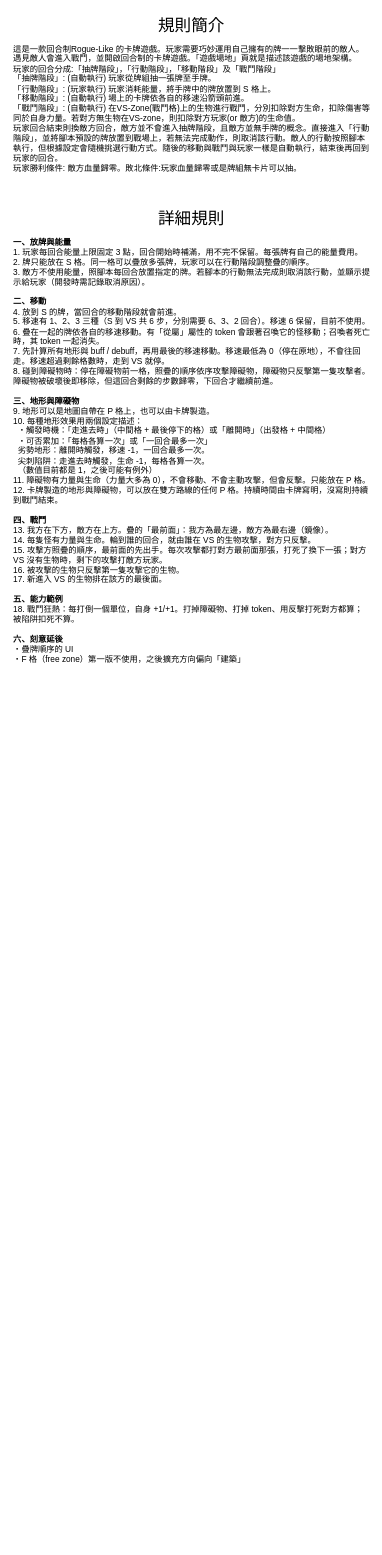
Above: page "規則介紹" (2 of 2) of GameDesign.drawio in okamon1124/PoiNeo (draw.io), before the change. Source tidied: cells renumbered, new cells numbered last; positions are measured from the earlier drawing's top-left corner, leaving out a move shared by most shapes. Both pictures are drawn from the tidied source at 69%, with x=0, y=0 at pixel (12, 12).
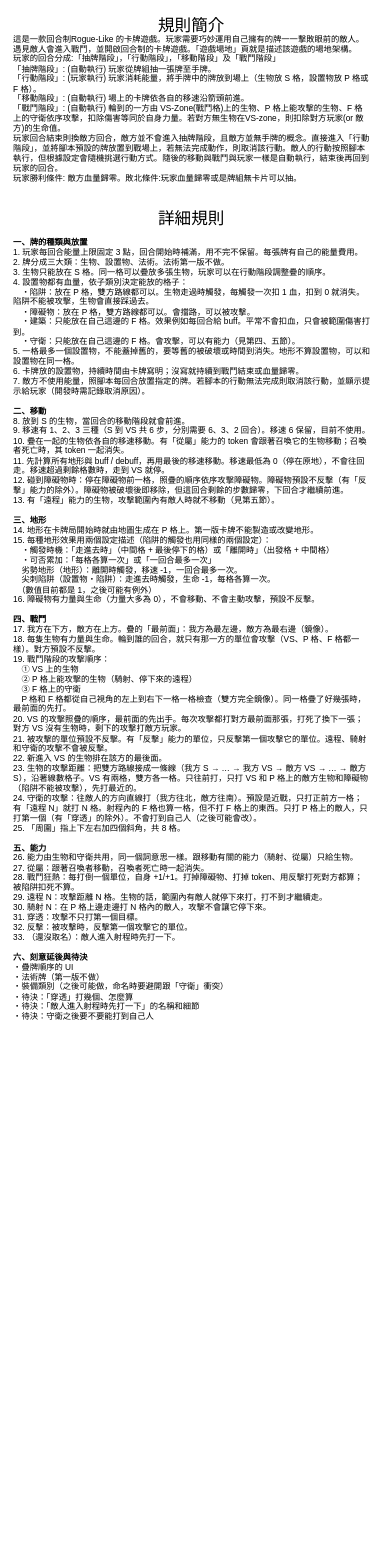
The same diagram, later.

Commit message (it also covers changes not shown here):
詳細規則：新增牌的種類、設置物、遠程與騎射、反擊改為能力

- 牌分為生物、設置物、法術（法術第一版不做）
- 設置物有血量，分為陷阱、障礙物、建築、守衛，各自限制能放的格子
- 地形改為只由地圖生成
- 反擊改為能力，預設不反擊
- 新增戰鬥階段攻擊順序、攻擊距離算法、遠程 N／騎射 N／穿透
- CLAUDE.md：補充口語中文的溝通原則，更新下一步

Diff of the diagram source:
```diff
@@
 <mxGraphModel>
   <root>
     <mxCell id="0" />
     <mxCell id="1" parent="0" />
     <mxCell id="2" value="&lt;font style=&quot;font-size: 24px;&quot;&gt;規則簡介&lt;/font&gt;" style="text;html=1;whiteSpace=wrap;strokeColor=none;fillColor=none;align=center;verticalAlign=middle;rounded=0;" parent="1" vertex="1">
       <mxGeometry width="520" height="40" as="geometry" />
     </mxCell>
-    <mxCell id="3" value="這是一款回合制Rogue-Like 的卡牌遊戲。玩家需要巧妙運用自己擁有的牌一一擊敗眼前的敵人。&lt;div&gt;遇見敵人會進入戰鬥，並開啟回合制的卡牌遊戲。「遊戲場地」頁就是描述該遊戲的場地架構。&lt;/div&gt;&lt;div&gt;玩家的回合分成:&lt;span style=&quot;background-color: transparent; color: light-dark(rgb(0, 0, 0), rgb(255, 255, 255));&quot;&gt;「抽牌階段」，&lt;/span&gt;&lt;span style=&quot;background-color: transparent; color: light-dark(rgb(0, 0, 0), rgb(255, 255, 255));&quot;&gt;「行動階段」，&lt;/span&gt;&lt;span style=&quot;background-color: transparent; color: light-dark(rgb(0, 0, 0), rgb(255, 255, 255));&quot;&gt;「移動階段」及&lt;/span&gt;&lt;span style=&quot;background-color: transparent; color: light-dark(rgb(0, 0, 0), rgb(255, 255, 255));&quot;&gt;「戰鬥階段」&lt;/span&gt;&lt;/div&gt;&lt;div&gt;「抽牌階段」: (自動執行) 玩家從牌組抽一張牌至手牌。&lt;span style=&quot;background-color: transparent; color: light-dark(rgb(0, 0, 0), rgb(255, 255, 255));&quot;&gt;&lt;/span&gt;&lt;/div&gt;&lt;div&gt;「行動階段」: (玩家執行) 玩家消耗能量，將手牌中的牌放置到 S 格上。&lt;/div&gt;&lt;div&gt;「移動階段」: (自動執行) 場上的卡牌依各自的移速沿箭頭前進。&lt;/div&gt;&lt;div&gt;「戰鬥階段」: (自動執行) 在VS-Zone(戰鬥格)上的生物進行戰鬥，分別扣除對方生命，扣除傷害等同於自身力量。若對方無生物在VS-zone，則扣除對方玩家(or 敵方)的生命值。&lt;/div&gt;&lt;div&gt;玩家回合結束則換敵方回合，敵方並不會進入抽牌階段，且敵方並無手牌的概念。直接進入&lt;span style=&quot;background-color: transparent; color: light-dark(rgb(0, 0, 0), rgb(255, 255, 255));&quot;&gt;「行動階段」，並將腳本預設的牌放置到戰場上，若無法完成動作，則取消該行動。敵人的行動按照腳本執行，但根據設定會隨機挑選行動方式。隨後的移動與戰鬥與玩家一樣是自動執行，結束後再回到玩家的回合。&lt;/span&gt;&lt;/div&gt;&lt;div&gt;&lt;span style=&quot;background-color: transparent; color: light-dark(rgb(0, 0, 0), rgb(255, 255, 255));&quot;&gt;玩家勝利條件: 敵方血量歸零。敗北條件:玩家血量歸零或是牌組無卡片可以抽。&lt;/span&gt;&lt;/div&gt;" style="text;html=1;whiteSpace=wrap;strokeColor=none;fillColor=none;align=left;verticalAlign=middle;rounded=0;" parent="1" vertex="1">
+    <mxCell id="3" value="這是一款回合制Rogue-Like 的卡牌遊戲。玩家需要巧妙運用自己擁有的牌一一擊敗眼前的敵人。&lt;div&gt;遇見敵人會進入戰鬥，並開啟回合制的卡牌遊戲。「遊戲場地」頁就是描述該遊戲的場地架構。&lt;/div&gt;&lt;div&gt;玩家的回合分成:&lt;span style=&quot;background-color: transparent; color: light-dark(rgb(0, 0, 0), rgb(255, 255, 255));&quot;&gt;「抽牌階段」，&lt;/span&gt;&lt;span style=&quot;background-color: transparent; color: light-dark(rgb(0, 0, 0), rgb(255, 255, 255));&quot;&gt;「行動階段」，&lt;/span&gt;&lt;span style=&quot;background-color: transparent; color: light-dark(rgb(0, 0, 0), rgb(255, 255, 255));&quot;&gt;「移動階段」及&lt;/span&gt;&lt;span style=&quot;background-color: transparent; color: light-dark(rgb(0, 0, 0), rgb(255, 255, 255));&quot;&gt;「戰鬥階段」&lt;/span&gt;&lt;/div&gt;&lt;div&gt;「抽牌階段」: (自動執行) 玩家從牌組抽一張牌至手牌。&lt;span style=&quot;background-color: transparent; color: light-dark(rgb(0, 0, 0), rgb(255, 255, 255));&quot;&gt;&lt;/span&gt;&lt;/div&gt;&lt;div&gt;「行動階段」: (玩家執行) 玩家消耗能量，將手牌中的牌放到場上（生物放 S 格，設置物放 P 格或 F 格）。&lt;/div&gt;&lt;div&gt;「移動階段」: (自動執行) 場上的卡牌依各自的移速沿箭頭前進。&lt;/div&gt;&lt;div&gt;「戰鬥階段」: (自動執行) 輪到的一方由 VS-Zone(戰鬥格)上的生物、P 格上能攻擊的生物、F 格上的守衛依序攻擊，扣除傷害等同於自身力量。若對方無生物在VS-zone，則扣除對方玩家(or 敵方)的生命值。&lt;/div&gt;&lt;div&gt;玩家回合結束則換敵方回合，敵方並不會進入抽牌階段，且敵方並無手牌的概念。直接進入&lt;span style=&quot;background-color: transparent; color: light-dark(rgb(0, 0, 0), rgb(255, 255, 255));&quot;&gt;「行動階段」，並將腳本預設的牌放置到戰場上，若無法完成動作，則取消該行動。敵人的行動按照腳本執行，但根據設定會隨機挑選行動方式。隨後的移動與戰鬥與玩家一樣是自動執行，結束後再回到玩家的回合。&lt;/span&gt;&lt;/div&gt;&lt;div&gt;&lt;span style=&quot;background-color: transparent; color: light-dark(rgb(0, 0, 0), rgb(255, 255, 255));&quot;&gt;玩家勝利條件: 敵方血量歸零。敗北條件:玩家血量歸零或是牌組無卡片可以抽。&lt;/span&gt;&lt;/div&gt;" style="text;html=1;whiteSpace=wrap;strokeColor=none;fillColor=none;align=left;verticalAlign=middle;rounded=0;" parent="1" vertex="1">
       <mxGeometry y="40" width="520" height="200" as="geometry" />
     </mxCell>
-    <mxCell id="4" value="&lt;div&gt;&lt;b&gt;一、放牌與能量&lt;/b&gt;&lt;/div&gt;&lt;div&gt;1. 玩家每回合能量上限固定 3 點，回合開始時補滿，用不完不保留。每張牌有自己的能量費用。&lt;/div&gt;&lt;div&gt;2. 牌只能放在 S 格。同一格可以疊放多張牌，玩家可以在行動階段調整疊的順序。&lt;/div&gt;&lt;div&gt;3. 敵方不使用能量，照腳本每回合放置指定的牌。若腳本的行動無法完成則取消該行動，並顯示提示給玩家（開發時需記錄取消原因）。&lt;/div&gt;&lt;div&gt;&lt;br&gt;&lt;/div&gt;&lt;div&gt;&lt;b&gt;二、移動&lt;/b&gt;&lt;/div&gt;&lt;div&gt;4. 放到 S 的牌，當回合的移動階段就會前進。&lt;/div&gt;&lt;div&gt;5. 移速有 1、2、3 三種（S 到 VS 共 6 步，分別需要 6、3、2 回合）。移速 6 保留，目前不使用。&lt;/div&gt;&lt;div&gt;6. 疊在一起的牌依各自的移速移動。有「從屬」屬性的 token 會跟著召喚它的怪移動；召喚者死亡時，其 token 一起消失。&lt;/div&gt;&lt;div&gt;7. 先計算所有地形與 buff / debuff，再用最後的移速移動。移速最低為 0（停在原地），不會往回走。移速超過剩餘格數時，走到 VS 就停。&lt;/div&gt;&lt;div&gt;8. 碰到障礙物時：停在障礙物前一格，照疊的順序依序攻擊障礙物，障礙物只反擊第一隻攻擊者。障礙物被破壞後即移除，但這回合剩餘的步數歸零，下回合才繼續前進。&lt;/div&gt;&lt;div&gt;&lt;br&gt;&lt;/div&gt;&lt;div&gt;&lt;b&gt;三、地形與障礙物&lt;/b&gt;&lt;/div&gt;&lt;div&gt;9. 地形可以是地圖自帶在 P 格上，也可以由卡牌製造。&lt;/div&gt;&lt;div&gt;10. 每種地形效果用兩個設定描述：&lt;/div&gt;&lt;div&gt;&amp;nbsp; ・觸發時機：「走進去時」（中間格 + 最後停下的格）或「離開時」（出發格 + 中間格）&lt;/div&gt;&lt;div&gt;&amp;nbsp; ・可否累加：「每格各算一次」或「一回合最多一次」&lt;/div&gt;&lt;div&gt;&amp;nbsp; 劣勢地形：離開時觸發，移速 -1，一回合最多一次。&lt;/div&gt;&lt;div&gt;&amp;nbsp; 尖刺陷阱：走進去時觸發，生命 -1，每格各算一次。&lt;/div&gt;&lt;div&gt;&amp;nbsp; （數值目前都是 1，之後可能有例外）&lt;/div&gt;&lt;div&gt;11. 障礙物有力量與生命（力量大多為 0），不會移動、不會主動攻擊，但會反擊。只能放在 P 格。&lt;/div&gt;&lt;div&gt;12. 卡牌製造的地形與障礙物，可以放在雙方路線的任何 P 格。持續時間由卡牌寫明，沒寫則持續到戰鬥結束。&lt;/div&gt;&lt;div&gt;&lt;br&gt;&lt;/div&gt;&lt;div&gt;&lt;b&gt;四、戰鬥&lt;/b&gt;&lt;/div&gt;&lt;div&gt;13. 我方在下方，敵方在上方。疊的「最前面」：我方為最左邊，敵方為最右邊（鏡像）。&lt;/div&gt;&lt;div&gt;14. 每隻怪有力量與生命。輪到誰的回合，就由誰在 VS 的生物攻擊，對方只反擊。&lt;/div&gt;&lt;div&gt;15. 攻擊方照疊的順序，最前面的先出手。每次攻擊都打對方最前面那張，打死了換下一張；對方 VS 沒有生物時，剩下的攻擊打敵方玩家。&lt;/div&gt;&lt;div&gt;16. 被攻擊的生物只反擊第一隻攻擊它的生物。&lt;/div&gt;&lt;div&gt;17. 新進入 VS 的生物排在該方的最後面。&lt;/div&gt;&lt;div&gt;&lt;br&gt;&lt;/div&gt;&lt;div&gt;&lt;b&gt;五、能力範例&lt;/b&gt;&lt;/div&gt;&lt;div&gt;18. 戰鬥狂熱：每打倒一個單位，自身 +1/+1。打掉障礙物、打掉 token、用反擊打死對方都算；被陷阱扣死不算。&lt;/div&gt;&lt;div&gt;&lt;br&gt;&lt;/div&gt;&lt;div&gt;&lt;b&gt;六、刻意延後&lt;/b&gt;&lt;/div&gt;&lt;div&gt;・疊牌順序的 UI&lt;/div&gt;&lt;div&gt;・F 格（free zone）第一版不使用，之後擴充方向偏向「建築」&lt;/div&gt;" style="text;html=1;whiteSpace=wrap;strokeColor=none;fillColor=none;align=left;verticalAlign=top;rounded=0;" parent="1" vertex="1">
-      <mxGeometry y="320" width="520" height="900" as="geometry" />
+    <mxCell id="4" value="&lt;div&gt;&lt;b&gt;一、牌的種類與放置&lt;/b&gt;&lt;/div&gt;&lt;div&gt;1. 玩家每回合能量上限固定 3 點，回合開始時補滿，用不完不保留。每張牌有自己的能量費用。&lt;/div&gt;&lt;div&gt;2. 牌分成三大類：生物、設置物、法術。法術第一版不做。&lt;/div&gt;&lt;div&gt;3. 生物只能放在 S 格。同一格可以疊放多張生物，玩家可以在行動階段調整疊的順序。&lt;/div&gt;&lt;div&gt;4. 設置物都有血量，依子類別決定能放的格子：&lt;/div&gt;&lt;div&gt;　・陷阱：放在 P 格，雙方路線都可以。生物走過時觸發，每觸發一次扣 1 血，扣到 0 就消失。陷阱不能被攻擊，生物會直接踩過去。&lt;/div&gt;&lt;div&gt;　・障礙物：放在 P 格，雙方路線都可以。會擋路，可以被攻擊。&lt;/div&gt;&lt;div&gt;　・建築：只能放在自己這邊的 F 格。效果例如每回合給 buff。平常不會扣血，只會被範圍傷害打到。&lt;/div&gt;&lt;div&gt;　・守衛：只能放在自己這邊的 F 格。會攻擊，可以有能力（見第四、五節）。&lt;/div&gt;&lt;div&gt;5. 一格最多一個設置物，不能蓋掉舊的，要等舊的被破壞或時間到消失。地形不算設置物，可以和設置物在同一格。&lt;/div&gt;&lt;div&gt;6. 卡牌放的設置物，持續時間由卡牌寫明；沒寫就持續到戰鬥結束或血量歸零。&lt;/div&gt;&lt;div&gt;7. 敵方不使用能量，照腳本每回合放置指定的牌。若腳本的行動無法完成則取消該行動，並顯示提示給玩家（開發時需記錄取消原因）。&lt;/div&gt;&lt;div&gt;&lt;br&gt;&lt;/div&gt;&lt;div&gt;&lt;b&gt;二、移動&lt;/b&gt;&lt;/div&gt;&lt;div&gt;8. 放到 S 的生物，當回合的移動階段就會前進。&lt;/div&gt;&lt;div&gt;9. 移速有 1、2、3 三種（S 到 VS 共 6 步，分別需要 6、3、2 回合）。移速 6 保留，目前不使用。&lt;/div&gt;&lt;div&gt;10. 疊在一起的生物依各自的移速移動。有「從屬」能力的 token 會跟著召喚它的生物移動；召喚者死亡時，其 token 一起消失。&lt;/div&gt;&lt;div&gt;11. 先計算所有地形與 buff / debuff，再用最後的移速移動。移速最低為 0（停在原地），不會往回走。移速超過剩餘格數時，走到 VS 就停。&lt;/div&gt;&lt;div&gt;12. 碰到障礙物時：停在障礙物前一格，照疊的順序依序攻擊障礙物。障礙物預設不反擊（有「反擊」能力的除外）。障礙物被破壞後即移除，但這回合剩餘的步數歸零，下回合才繼續前進。&lt;/div&gt;&lt;div&gt;13. 有「遠程」能力的生物，攻擊範圍內有敵人時就不移動（見第五節）。&lt;/div&gt;&lt;div&gt;&lt;br&gt;&lt;/div&gt;&lt;div&gt;&lt;b&gt;三、地形&lt;/b&gt;&lt;/div&gt;&lt;div&gt;14. 地形在卡牌局開始時就由地圖生成在 P 格上。第一版卡牌不能製造或改變地形。&lt;/div&gt;&lt;div&gt;15. 每種地形效果用兩個設定描述（陷阱的觸發也用同樣的兩個設定）：&lt;/div&gt;&lt;div&gt;　・觸發時機：「走進去時」（中間格 + 最後停下的格）或「離開時」（出發格 + 中間格）&lt;/div&gt;&lt;div&gt;　・可否累加：「每格各算一次」或「一回合最多一次」&lt;/div&gt;&lt;div&gt;　劣勢地形（地形）：離開時觸發，移速 -1，一回合最多一次。&lt;/div&gt;&lt;div&gt;　尖刺陷阱（設置物・陷阱）：走進去時觸發，生命 -1，每格各算一次。&lt;/div&gt;&lt;div&gt;　（數值目前都是 1，之後可能有例外）&lt;/div&gt;&lt;div&gt;16. 障礙物有力量與生命（力量大多為 0），不會移動、不會主動攻擊，預設不反擊。&lt;/div&gt;&lt;div&gt;&lt;br&gt;&lt;/div&gt;&lt;div&gt;&lt;b&gt;四、戰鬥&lt;/b&gt;&lt;/div&gt;&lt;div&gt;17. 我方在下方，敵方在上方。疊的「最前面」：我方為最左邊，敵方為最右邊（鏡像）。&lt;/div&gt;&lt;div&gt;18. 每隻生物有力量與生命。輪到誰的回合，就只有那一方的單位會攻擊（VS、P 格、F 格都一樣）。對方預設不反擊。&lt;/div&gt;&lt;div&gt;19. 戰鬥階段的攻擊順序：&lt;/div&gt;&lt;div&gt;　① VS 上的生物&lt;/div&gt;&lt;div&gt;　② P 格上能攻擊的生物（騎射、停下來的遠程）&lt;/div&gt;&lt;div&gt;　③ F 格上的守衛&lt;/div&gt;&lt;div&gt;　P 格和 F 格都從自己視角的左上到右下一格一格檢查（雙方完全鏡像）。同一格疊了好幾張時，最前面的先打。&lt;/div&gt;&lt;div&gt;20. VS 的攻擊照疊的順序，最前面的先出手。每次攻擊都打對方最前面那張，打死了換下一張；對方 VS 沒有生物時，剩下的攻擊打敵方玩家。&lt;/div&gt;&lt;div&gt;21. 被攻擊的單位預設不反擊。有「反擊」能力的單位，只反擊第一個攻擊它的單位。遠程、騎射和守衛的攻擊不會被反擊。&lt;/div&gt;&lt;div&gt;22. 新進入 VS 的生物排在該方的最後面。&lt;/div&gt;&lt;div&gt;23. 生物的攻擊距離：把雙方路線接成一條線（我方 S → … → 我方 VS → 敵方 VS → … → 敵方 S），沿著線數格子。VS 有兩格，雙方各一格。只往前打，只打 VS 和 P 格上的敵方生物和障礙物（陷阱不能被攻擊），先打最近的。&lt;/div&gt;&lt;div&gt;24. 守衛的攻擊：往敵人的方向直線打（我方往北，敵方往南）。預設是近戰，只打正前方一格；有「遠程 N」就打 N 格。射程內的 F 格也算一格，但不打 F 格上的東西。只打 P 格上的敵人，只打第一個（有「穿透」的除外）。不會打到自己人（之後可能會改）。&lt;/div&gt;&lt;div&gt;25. 「周圍」指上下左右加四個斜角，共 8 格。&lt;/div&gt;&lt;div&gt;&lt;br&gt;&lt;/div&gt;&lt;div&gt;&lt;b&gt;五、能力&lt;/b&gt;&lt;/div&gt;&lt;div&gt;26. 能力由生物和守衛共用，同一個詞意思一樣。跟移動有關的能力（騎射、從屬）只給生物。&lt;/div&gt;&lt;div&gt;27. 從屬：跟著召喚者移動，召喚者死亡時一起消失。&lt;/div&gt;&lt;div&gt;28. 戰鬥狂熱：每打倒一個單位，自身 +1/+1。打掉障礙物、打掉 token、用反擊打死對方都算；被陷阱扣死不算。&lt;/div&gt;&lt;div&gt;29. 遠程 N：攻擊距離 N 格。生物的話，範圍內有敵人就停下來打，打不到才繼續走。&lt;/div&gt;&lt;div&gt;30. 騎射 N：在 P 格上邊走邊打 N 格內的敵人，攻擊不會讓它停下來。&lt;/div&gt;&lt;div&gt;31. 穿透：攻擊不只打第一個目標。&lt;/div&gt;&lt;div&gt;32. 反擊：被攻擊時，反擊第一個攻擊它的單位。&lt;/div&gt;&lt;div&gt;33. （還沒取名）：敵人進入射程時先打一下。&lt;/div&gt;&lt;div&gt;&lt;br&gt;&lt;/div&gt;&lt;div&gt;&lt;b&gt;六、刻意延後與待決&lt;/b&gt;&lt;/div&gt;&lt;div&gt;・疊牌順序的 UI&lt;/div&gt;&lt;div&gt;・法術牌（第一版不做）&lt;/div&gt;&lt;div&gt;・裝備類別（之後可能做，命名時要避開跟「守衛」衝突）&lt;/div&gt;&lt;div&gt;・待決：「穿透」打幾個、怎麼算&lt;/div&gt;&lt;div&gt;・待決：「敵人進入射程時先打一下」的名稱和細節&lt;/div&gt;&lt;div&gt;・待決：守衛之後要不要能打到自己人&lt;/div&gt;" style="text;html=1;whiteSpace=wrap;strokeColor=none;fillColor=none;align=left;verticalAlign=top;rounded=0;" parent="1" vertex="1">
+      <mxGeometry y="320" width="520" height="1900" as="geometry" />
     </mxCell>
     <mxCell id="5" value="&lt;font style=&quot;font-size: 24px;&quot;&gt;詳細規則&lt;/font&gt;" style="text;html=1;whiteSpace=wrap;strokeColor=none;fillColor=none;align=center;verticalAlign=middle;rounded=0;" parent="1" vertex="1">
       <mxGeometry y="280" width="520" height="40" as="geometry" />
     </mxCell>
   </root>
 </mxGraphModel>
```
